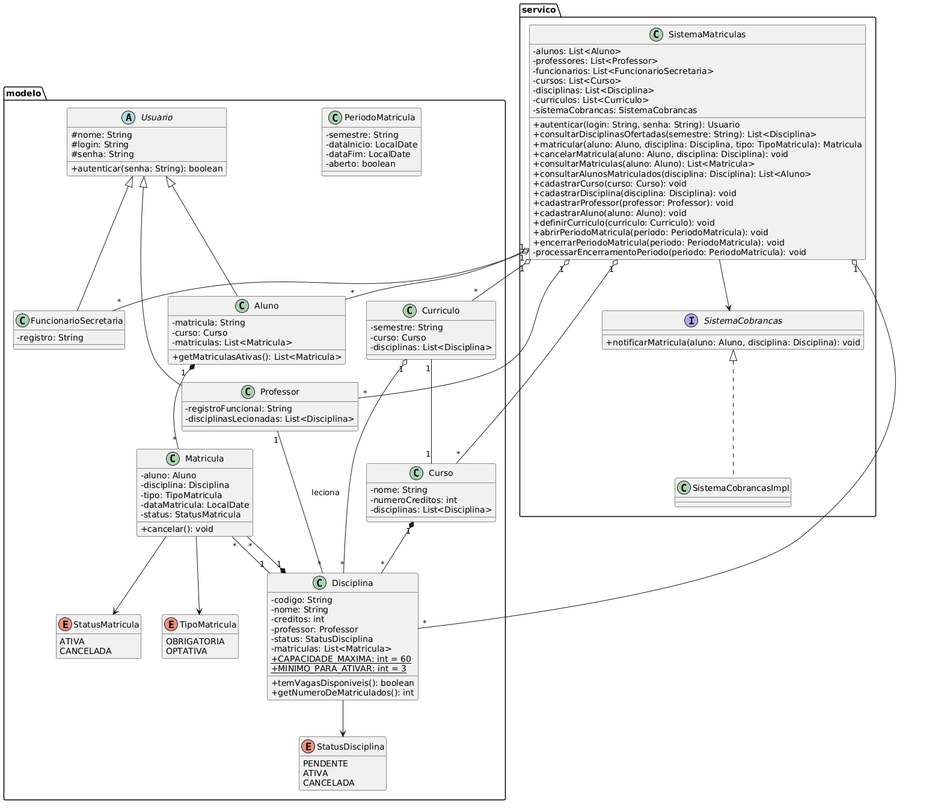
This is docs/diagrama-classes.png from natadias/sistema-matriculas, a PlantUML export, as it was before one commit. Source of this version:
```plantuml
@startuml
skinparam classAttributeIconSize 0
hide enum methods

package "modelo" {

  abstract class Usuario {
    # nome: String
    # login: String
    # senha: String
    + autenticar(senha: String): boolean
  }

  class Aluno extends Usuario {
    - matricula: String
    - curso: Curso
    - matriculas: List<Matricula>
    + getMatriculasAtivas(): List<Matricula>
  }

  class Professor extends Usuario {
    - registroFuncional: String
    - disciplinasLecionadas: List<Disciplina>
  }

  class FuncionarioSecretaria extends Usuario {
    - registro: String
  }

  class Curso {
    - nome: String
    - numeroCreditos: int
    - disciplinas: List<Disciplina>
  }

  class Disciplina {
    - codigo: String
    - nome: String
    - creditos: int
    - professor: Professor
    - status: StatusDisciplina
    - matriculas: List<Matricula>
    + {static} CAPACIDADE_MAXIMA: int = 60
    + {static} MINIMO_PARA_ATIVAR: int = 3
    + temVagasDisponiveis(): boolean
    + getNumeroDeMatriculados(): int
  }

  class Curriculo {
    - semestre: String
    - curso: Curso
    - disciplinas: List<Disciplina>
  }

  class PeriodoMatricula {
    - semestre: String
    - dataInicio: LocalDate
    - dataFim: LocalDate
    - aberto: boolean
  }

  class Matricula {
    - aluno: Aluno
    - disciplina: Disciplina
    - tipo: TipoMatricula
    - dataMatricula: LocalDate
    - status: StatusMatricula
    + cancelar(): void
  }

  enum TipoMatricula {
    OBRIGATORIA
    OPTATIVA
  }

  enum StatusMatricula {
    ATIVA
    CANCELADA
  }

  enum StatusDisciplina {
    PENDENTE
    ATIVA
    CANCELADA
  }
}

package "servico" {

  class SistemaMatriculas {
    - alunos: List<Aluno>
    - professores: List<Professor>
    - funcionarios: List<FuncionarioSecretaria>
    - cursos: List<Curso>
    - disciplinas: List<Disciplina>
    - curriculos: List<Curriculo>
    - sistemaCobrancas: SistemaCobrancas
    + autenticar(login: String, senha: String): Usuario
    + consultarDisciplinasOfertadas(semestre: String): List<Disciplina>
    + matricular(aluno: Aluno, disciplina: Disciplina, tipo: TipoMatricula): Matricula
    + cancelarMatricula(aluno: Aluno, disciplina: Disciplina): void
    + consultarMatriculas(aluno: Aluno): List<Matricula>
    + consultarAlunosMatriculados(disciplina: Disciplina): List<Aluno>
    + cadastrarCurso(curso: Curso): void
    + cadastrarDisciplina(disciplina: Disciplina): void
    + cadastrarProfessor(professor: Professor): void
    + cadastrarAluno(aluno: Aluno): void
    + definirCurriculo(curriculo: Curriculo): void
    + abrirPeriodoMatricula(periodo: PeriodoMatricula): void
    + encerrarPeriodoMatricula(periodo: PeriodoMatricula): void
    - processarEncerramentoPeriodo(periodo: PeriodoMatricula): void
  }

  interface SistemaCobrancas {
    + notificarMatricula(aluno: Aluno, disciplina: Disciplina): void
  }

  class SistemaCobrancasImpl implements SistemaCobrancas
}

SistemaMatriculas "1" o-- "*" Aluno
SistemaMatriculas "1" o-- "*" Professor
SistemaMatriculas "1" o-- "*" FuncionarioSecretaria
SistemaMatriculas "1" o-- "*" Curso
SistemaMatriculas "1" o-- "*" Disciplina
SistemaMatriculas "1" o-- "*" Curriculo
SistemaMatriculas --> SistemaCobrancas

Curso "1" *-- "*" Disciplina
Curriculo "1" -- "1" Curso
Curriculo "1" o-- "*" Disciplina
Professor "1" -- "*" Disciplina : leciona
Disciplina "1" *-- "*" Matricula
Aluno "1" *-- "*" Matricula
Matricula "*" -- "1" Disciplina
Matricula --> TipoMatricula
Matricula --> StatusMatricula
Disciplina --> StatusDisciplina
@enduml
```
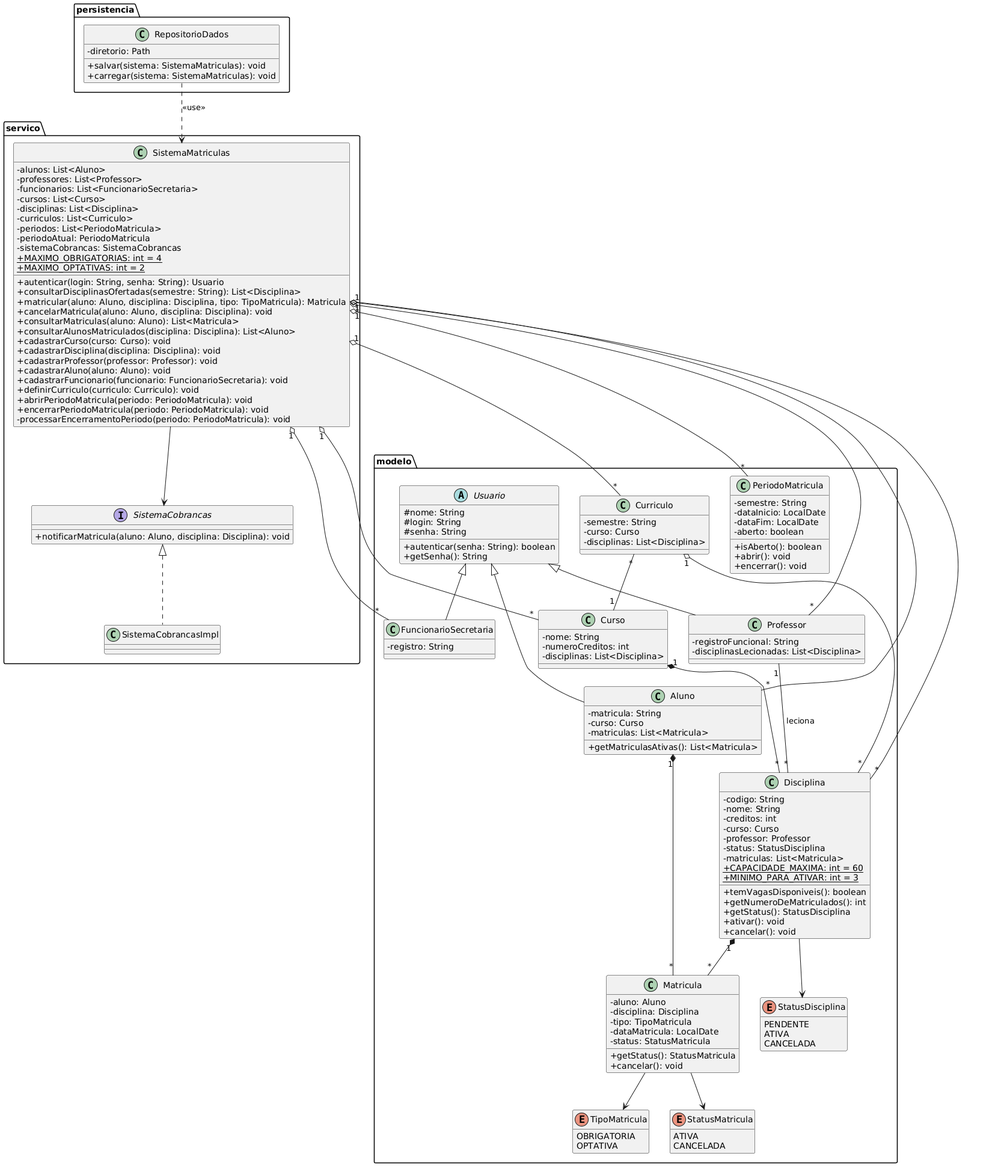
Later version of the same file.

What changed in the source:
```diff
@@ -9,6 +9,7 @@
     # login: String
     # senha: String
     + autenticar(senha: String): boolean
+    + getSenha(): String
   }
 
   class Aluno extends Usuario {
@@ -37,6 +38,7 @@
     - codigo: String
     - nome: String
     - creditos: int
+    - curso: Curso
     - professor: Professor
     - status: StatusDisciplina
     - matriculas: List<Matricula>
@@ -44,6 +46,9 @@
     + {static} MINIMO_PARA_ATIVAR: int = 3
     + temVagasDisponiveis(): boolean
     + getNumeroDeMatriculados(): int
+    + getStatus(): StatusDisciplina
+    + ativar(): void
+    + cancelar(): void
   }
 
   class Curriculo {
@@ -57,6 +62,9 @@
     - dataInicio: LocalDate
     - dataFim: LocalDate
     - aberto: boolean
+    + isAberto(): boolean
+    + abrir(): void
+    + encerrar(): void
   }
 
   class Matricula {
@@ -65,6 +73,7 @@
     - tipo: TipoMatricula
     - dataMatricula: LocalDate
     - status: StatusMatricula
+    + getStatus(): StatusMatricula
     + cancelar(): void
   }
 
@@ -94,7 +103,11 @@
     - cursos: List<Curso>
     - disciplinas: List<Disciplina>
     - curriculos: List<Curriculo>
+    - periodos: List<PeriodoMatricula>
+    - periodoAtual: PeriodoMatricula
     - sistemaCobrancas: SistemaCobrancas
+    + {static} MAXIMO_OBRIGATORIAS: int = 4
+    + {static} MAXIMO_OPTATIVAS: int = 2
     + autenticar(login: String, senha: String): Usuario
     + consultarDisciplinasOfertadas(semestre: String): List<Disciplina>
     + matricular(aluno: Aluno, disciplina: Disciplina, tipo: TipoMatricula): Matricula
@@ -105,6 +118,7 @@
     + cadastrarDisciplina(disciplina: Disciplina): void
     + cadastrarProfessor(professor: Professor): void
     + cadastrarAluno(aluno: Aluno): void
+    + cadastrarFuncionario(funcionario: FuncionarioSecretaria): void
     + definirCurriculo(curriculo: Curriculo): void
     + abrirPeriodoMatricula(periodo: PeriodoMatricula): void
     + encerrarPeriodoMatricula(periodo: PeriodoMatricula): void
@@ -118,21 +132,31 @@
   class SistemaCobrancasImpl implements SistemaCobrancas
 }
 
+package "persistencia" {
+
+  class RepositorioDados {
+    - diretorio: Path
+    + salvar(sistema: SistemaMatriculas): void
+    + carregar(sistema: SistemaMatriculas): void
+  }
+}
+
 SistemaMatriculas "1" o-- "*" Aluno
 SistemaMatriculas "1" o-- "*" Professor
 SistemaMatriculas "1" o-- "*" FuncionarioSecretaria
 SistemaMatriculas "1" o-- "*" Curso
 SistemaMatriculas "1" o-- "*" Disciplina
 SistemaMatriculas "1" o-- "*" Curriculo
+SistemaMatriculas "1" o-- "*" PeriodoMatricula
 SistemaMatriculas --> SistemaCobrancas
+RepositorioDados ..> SistemaMatriculas : <<use>>
 
 Curso "1" *-- "*" Disciplina
-Curriculo "1" -- "1" Curso
+Curriculo "*" -- "1" Curso
 Curriculo "1" o-- "*" Disciplina
 Professor "1" -- "*" Disciplina : leciona
 Disciplina "1" *-- "*" Matricula
 Aluno "1" *-- "*" Matricula
-Matricula "*" -- "1" Disciplina
 Matricula --> TipoMatricula
 Matricula --> StatusMatricula
 Disciplina --> StatusDisciplina
```
